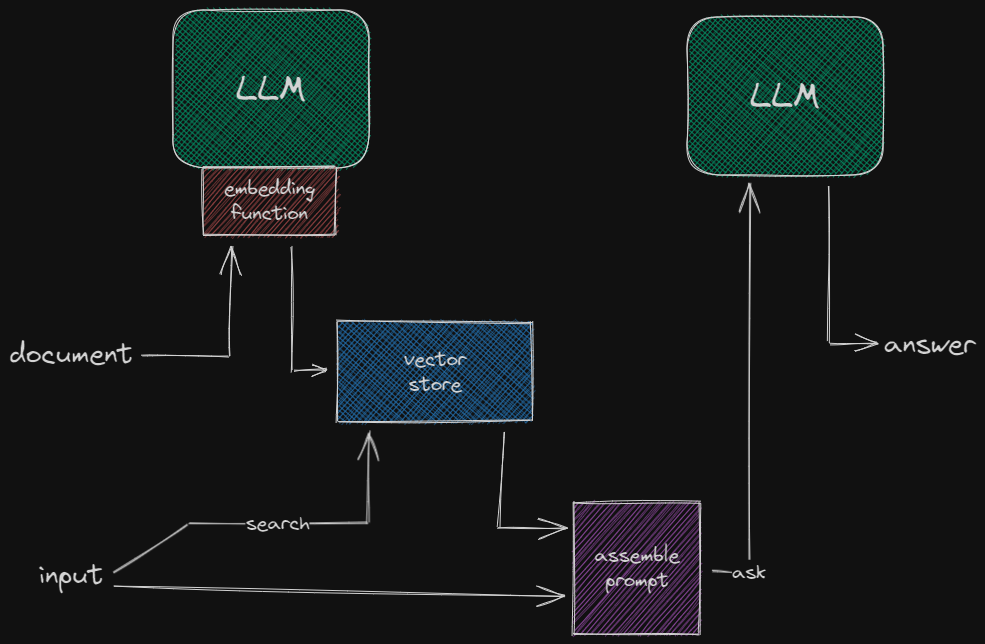
This is drawings/rag.excalidraw.png from maciejmalecki/rag, a Excalidraw export, as it was before one commit. Source tidied: one line per element, renumbered; positions are measured from the earlier drawing's top-left corner, leaving out a move shared by most shapes.
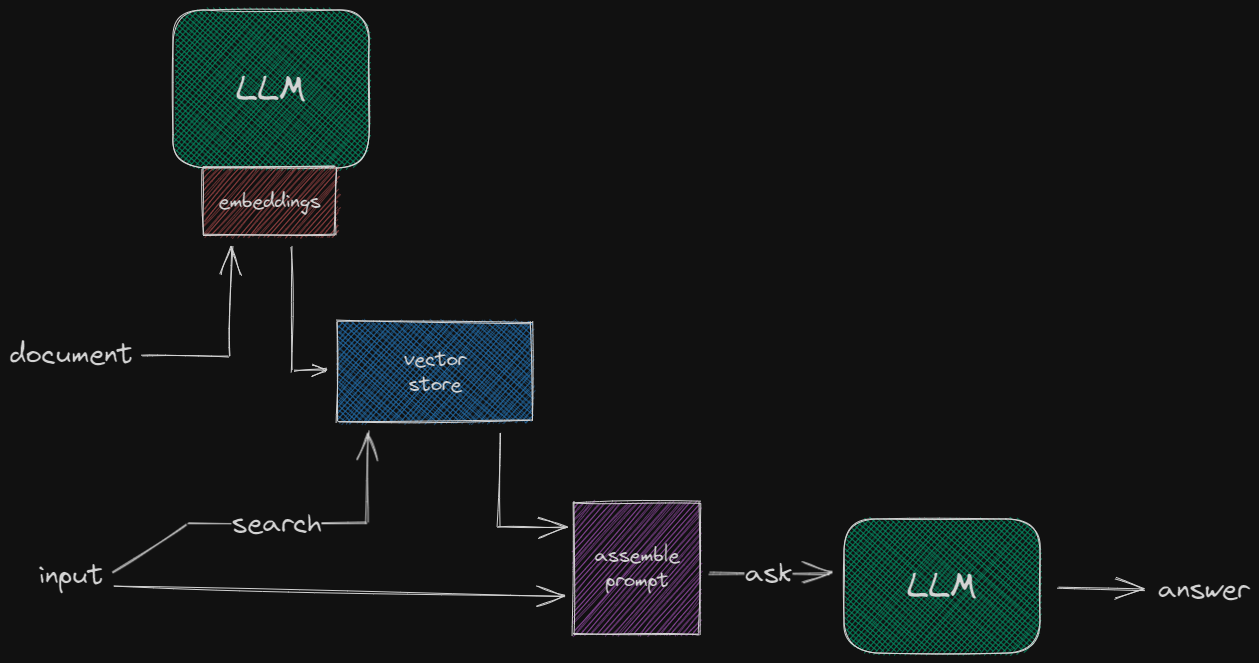
Later version of the same file.

What changed in the source:
```diff
@@ -1,22 +1,22 @@
 {"id": 0, "type": "rectangle", "strokeColor": "#1e1e1e", "backgroundColor": "#12b886", "fillStyle": "cross-hatch", "strokeWidth": 1, "roughness": 1, "round": true, "x": 163, "y": 0, "width": 196, "height": 158}
 {"id": 1, "type": "text", "text": "LLM", "strokeColor": "#1e1e1e", "strokeWidth": 1, "roughness": 1, "fontSize": 36, "fontFamily": 1, "textAlign": "center", "verticalAlign": "middle", "inside": 0, "x": 226, "y": 56, "width": 71, "height": 45}
-{"id": 2, "type": "rectangle", "strokeColor": "#1e1e1e", "backgroundColor": "#12b886", "fillStyle": "cross-hatch", "strokeWidth": 1, "roughness": 1, "round": true, "x": 677, "y": 7, "width": 196, "height": 158}
+{"id": 2, "type": "rectangle", "strokeColor": "#1e1e1e", "backgroundColor": "#12b886", "fillStyle": "cross-hatch", "strokeWidth": 1, "roughness": 1, "round": true, "x": 834, "y": 509, "width": 196, "height": 134}
-{"id": 3, "type": "text", "text": "LLM", "strokeColor": "#1e1e1e", "strokeWidth": 1, "roughness": 1, "fontSize": 36, "fontFamily": 1, "textAlign": "center", "verticalAlign": "middle", "inside": 2, "x": 740, "y": 64, "width": 71, "height": 45}
+{"id": 3, "type": "text", "text": "LLM", "strokeColor": "#1e1e1e", "strokeWidth": 1, "roughness": 1, "fontSize": 36, "fontFamily": 1, "textAlign": "center", "verticalAlign": "middle", "inside": 2, "x": 897, "y": 554, "width": 71, "height": 45}
 {"id": 4, "type": "text", "text": "document", "strokeColor": "#1e1e1e", "backgroundColor": "#12b886", "fillStyle": "cross-hatch", "strokeWidth": 1, "roughness": 1, "fontSize": 28, "fontFamily": 1, "x": 0, "y": 327, "width": 123, "height": 35}
 {"id": 5, "type": "text", "text": "input", "strokeColor": "#1e1e1e", "backgroundColor": "#12b886", "fillStyle": "cross-hatch", "strokeWidth": 1, "roughness": 1, "fontSize": 28, "fontFamily": 1, "x": 29, "y": 548, "width": 65, "height": 35}
 {"id": 6, "type": "rectangle", "strokeColor": "#1e1e1e", "backgroundColor": "#ff8787", "fillStyle": "hachure", "strokeWidth": 1, "roughness": 1, "x": 193, "y": 157, "width": 133, "height": 68}
-{"id": 7, "type": "text", "text": "embedding\nfunction", "strokeColor": "#1e1e1e", "backgroundColor": "#ff8787", "fillStyle": "hachure", "strokeWidth": 1, "roughness": 1, "fontSize": 20, "fontFamily": 1, "textAlign": "center", "verticalAlign": "middle", "inside": 6, "x": 214, "y": 166, "width": 91, "height": 50}
+{"id": 7, "type": "text", "text": "embeddings", "strokeColor": "#1e1e1e", "backgroundColor": "#ff8787", "fillStyle": "hachure", "strokeWidth": 1, "roughness": 1, "fontSize": 20, "fontFamily": 1, "textAlign": "center", "verticalAlign": "middle", "inside": 6, "x": 208, "y": 178, "width": 102, "height": 25}
 {"id": 8, "type": "arrow", "strokeColor": "#1e1e1e", "backgroundColor": "#ff8787", "fillStyle": "hachure", "strokeWidth": 1, "roughness": 1, "endArrowhead": "arrow", "from": 4, "to": 6, "x": 132, "y": 345, "width": 89, "height": 110, "points": [[0, 0], [87, 1], [89, -109]]}
 {"id": 9, "type": "rectangle", "strokeColor": "#1e1e1e", "backgroundColor": "#4dabf7", "fillStyle": "cross-hatch", "strokeWidth": 1, "roughness": 1, "x": 328, "y": 312, "width": 194, "height": 99}
 {"id": 10, "type": "text", "text": "vector\nstore", "strokeColor": "#1e1e1e", "backgroundColor": "#ff8787", "fillStyle": "hachure", "strokeWidth": 1, "roughness": 1, "fontSize": 20, "fontFamily": 1, "textAlign": "center", "verticalAlign": "middle", "inside": 9, "x": 394, "y": 336, "width": 62, "height": 50}
 {"id": 11, "type": "arrow", "strokeColor": "#1e1e1e", "backgroundColor": "#4dabf7", "fillStyle": "cross-hatch", "strokeWidth": 1, "roughness": 1, "endArrowhead": "arrow", "from": 6, "to": 9, "x": 281, "y": 236, "width": 36, "height": 125, "points": [[0, 0], [2, 125], [36, 124]]}
-{"id": 12, "type": "arrow", "strokeColor": "#1e1e1e", "backgroundColor": "#4dabf7", "fillStyle": "cross-hatch", "strokeWidth": 1, "roughness": 1, "endArrowhead": "arrow", "from": 5, "to": 9, "x": 103, "y": 563, "width": 256, "height": 141, "points": [[0, 0], [75, -50], [254, -50], [256, -141]]}
+{"id": 12, "type": "arrow", "strokeColor": "#1e1e1e", "backgroundColor": "#4dabf7", "fillStyle": "cross-hatch", "strokeWidth": 1, "roughness": 1, "endArrowhead": "arrow", "from": 5, "to": 9, "x": 102, "y": 563, "width": 256, "height": 141, "points": [[0, 0], [75, -50], [254, -50], [256, -141]]}
-{"id": 13, "type": "text", "text": "search", "strokeColor": "#1e1e1e", "backgroundColor": "#4dabf7", "fillStyle": "cross-hatch", "strokeWidth": 1, "roughness": 1, "fontSize": 20, "fontFamily": 1, "textAlign": "center", "verticalAlign": "middle", "inside": 12, "x": 236, "y": 500, "width": 64, "height": 25}
+{"id": 13, "type": "text", "text": "search", "strokeColor": "#1e1e1e", "backgroundColor": "#4dabf7", "fillStyle": "cross-hatch", "strokeWidth": 1, "roughness": 1, "fontSize": 28, "fontFamily": 1, "textAlign": "center", "verticalAlign": "middle", "inside": 12, "x": 222, "y": 496, "width": 89, "height": 35}
-{"id": 14, "type": "arrow", "strokeColor": "#1e1e1e", "backgroundColor": "#4dabf7", "fillStyle": "cross-hatch", "strokeWidth": 1, "roughness": 1, "endArrowhead": "arrow", "from": 9, "to": 16, "x": 494, "y": 422, "width": 68, "height": 96, "points": [[0, 0], [-6, 95], [62, 96]]}
+{"id": 14, "type": "arrow", "strokeColor": "#1e1e1e", "backgroundColor": "#4dabf7", "fillStyle": "cross-hatch", "strokeWidth": 1, "roughness": 1, "endArrowhead": "arrow", "from": 9, "to": 16, "x": 490, "y": 423, "width": 68, "height": 94, "points": [[0, 0], [-2, 93], [66, 94]]}
 {"id": 15, "type": "arrow", "strokeColor": "#1e1e1e", "backgroundColor": "#4dabf7", "fillStyle": "cross-hatch", "strokeWidth": 1, "roughness": 1, "endArrowhead": "arrow", "from": 5, "to": 16, "x": 104, "y": 576, "width": 451, "height": 11, "points": [[0, 0], [451, 11]]}
 {"id": 16, "type": "rectangle", "strokeColor": "#1e1e1e", "backgroundColor": "#da77f2", "fillStyle": "hachure", "strokeWidth": 1, "roughness": 1, "x": 564, "y": 492, "width": 126, "height": 132}
 {"id": 17, "type": "text", "text": "assemble\nprompt", "strokeColor": "#1e1e1e", "backgroundColor": "#da77f2", "fillStyle": "hachure", "strokeWidth": 1, "roughness": 1, "fontSize": 20, "fontFamily": 1, "textAlign": "center", "verticalAlign": "middle", "inside": 16, "x": 584, "y": 533, "width": 85, "height": 50}
-{"id": 18, "type": "arrow", "strokeColor": "#1e1e1e", "backgroundColor": "#da77f2", "fillStyle": "hachure", "strokeWidth": 1, "roughness": 1, "endArrowhead": "arrow", "from": 16, "to": 2, "x": 702, "y": 560, "width": 37, "height": 389, "points": [[0, 0], [37, 2], [37, -387]]}
+{"id": 21, "type": "text", "text": "answer", "strokeColor": "#1e1e1e", "backgroundColor": "#da77f2", "fillStyle": "hachure", "strokeWidth": 1, "roughness": 1, "fontSize": 28, "fontFamily": 1, "x": 1148, "y": 562, "width": 91, "height": 35}
+{"id": 22, "type": "arrow", "strokeColor": "#1e1e1e", "strokeWidth": 1, "roughness": 1, "endArrowhead": "arrow", "round": true, "from": 2, "to": 21, "x": 1048, "y": 578, "width": 87, "height": 2, "points": [[0, 0], [87, 2]]}
+{"id": 23, "type": "arrow", "strokeColor": "#1e1e1e", "strokeWidth": 1, "roughness": 1, "endArrowhead": "arrow", "round": true, "from": 16, "to": 2, "x": 698, "y": 562, "width": 121, "height": 1, "points": [[0, 0], [121, 1]]}
-{"id": 19, "type": "text", "text": "ask", "strokeColor": "#1e1e1e", "backgroundColor": "#da77f2", "fillStyle": "hachure", "strokeWidth": 1, "roughness": 1, "fontSize": 20, "fontFamily": 1, "textAlign": "center", "verticalAlign": "middle", "inside": 18, "x": 722, "y": 550, "width": 34, "height": 25}
+{"id": 19, "type": "text", "text": "ask", "strokeColor": "#1e1e1e", "strokeWidth": 1, "roughness": 1, "fontSize": 28, "fontFamily": 1, "textAlign": "center", "verticalAlign": "middle", "inside": 23, "x": 735, "y": 546, "width": 48, "height": 35}
-{"id": 20, "type": "arrow", "strokeColor": "#1e1e1e", "backgroundColor": "#da77f2", "fillStyle": "hachure", "strokeWidth": 1, "roughness": 1, "endArrowhead": "arrow", "from": 2, "to": 21, "x": 818, "y": 177, "width": 51, "height": 158, "points": [[0, 0], [1, 156], [51, 158]]}
-{"id": 21, "type": "text", "text": "answer", "strokeColor": "#1e1e1e", "backgroundColor": "#da77f2", "fillStyle": "hachure", "strokeWidth": 1, "roughness": 1, "fontSize": 28, "fontFamily": 1, "x": 874, "y": 317, "width": 91, "height": 35}
```
